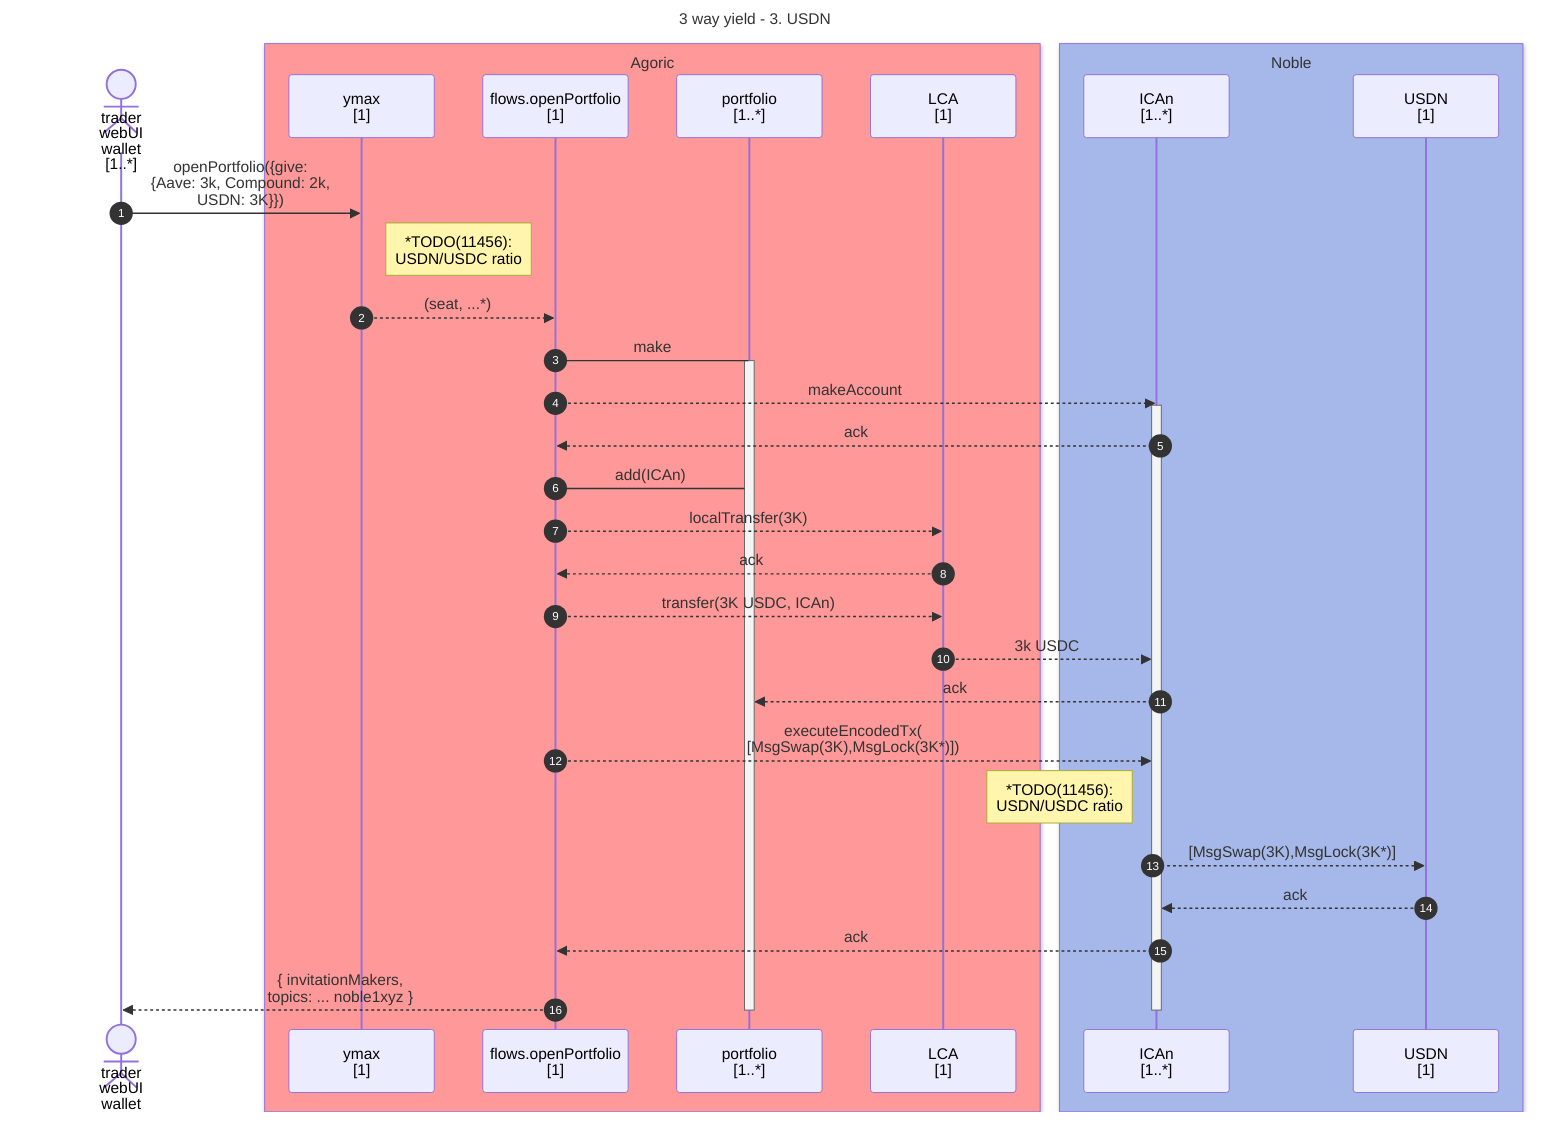
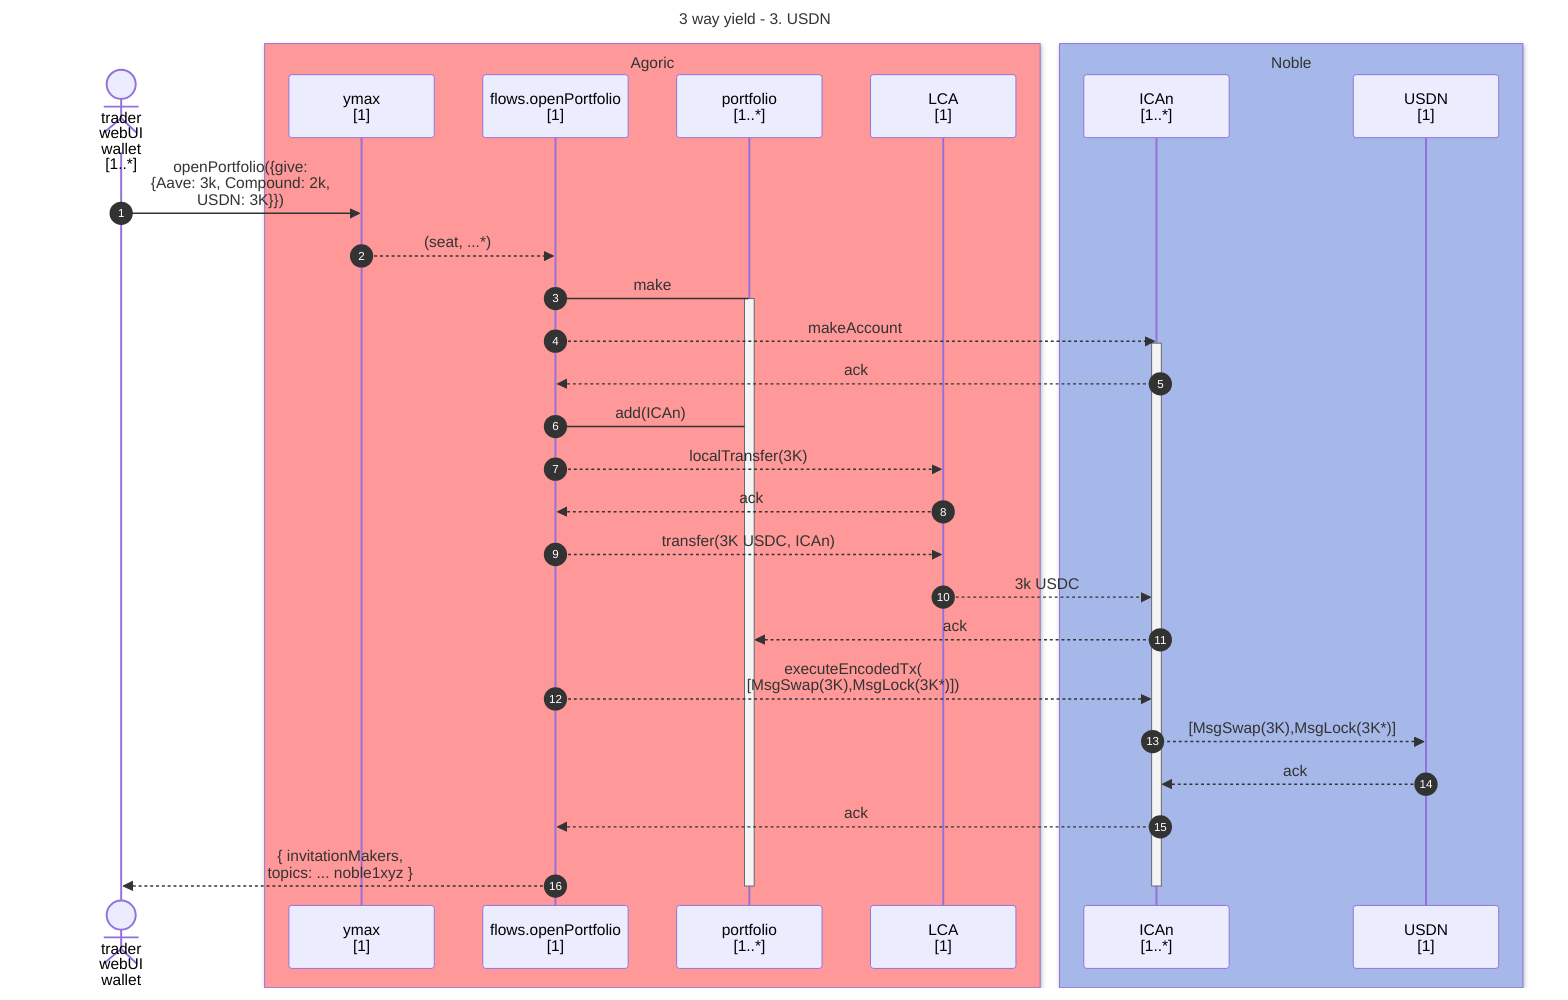
sequenceDiagram
    title 3 way yield - 3. USDN
    autonumber

    actor trader as trader<br >webUI<br >wallet<br/>[1..*]

    box rgb(255,153,153) Agoric
    participant ymax as ymax<br/>[1]
    participant flow as flows.openPortfolio<br/>[1]
    participant portfolio as portfolio<br/>[1..*]
    participant LCA as LCA<br/>[1]
    end

    box rgb(166,184,233) Noble
    participant ICAn as ICAn<br/>[1..*]
    participant USDN as USDN<br/>[1]
    end

    %% Notation: ->> for initial message, -->> for consequences

    trader ->> ymax: openPortfolio({give:<br/>{Aave: 3k, Compound: 2k,<br/>USDN: 3K}})
-     note left of flow: *TODO(11456):<br/>USDN/USDC ratio

    ymax -->> flow: (seat, ...*)

    flow -> portfolio: make
    activate portfolio

    flow -->> ICAn: makeAccount
    activate ICAn
    ICAn -->> flow: ack

    flow -> portfolio: add(ICAn)

    flow -->> LCA: localTransfer(3K)
    LCA -->> flow: ack
    flow -->> LCA: transfer(3K USDC, ICAn)
    LCA -->> ICAn: 3k USDC
    ICAn -->> portfolio: ack

    flow -->> ICAn: executeEncodedTx(<br/>[MsgSwap(3K),MsgLock(3K*)])
-     note left of ICAn: *TODO(11456):<br/>USDN/USDC ratio
    ICAn -->> USDN: [MsgSwap(3K),MsgLock(3K*)]
    USDN -->> ICAn: ack
    ICAn -->> flow: ack
    flow -->> trader: { invitationMakers,<br/>topics: ... noble1xyz }

    deactivate ICAn
    deactivate portfolio
